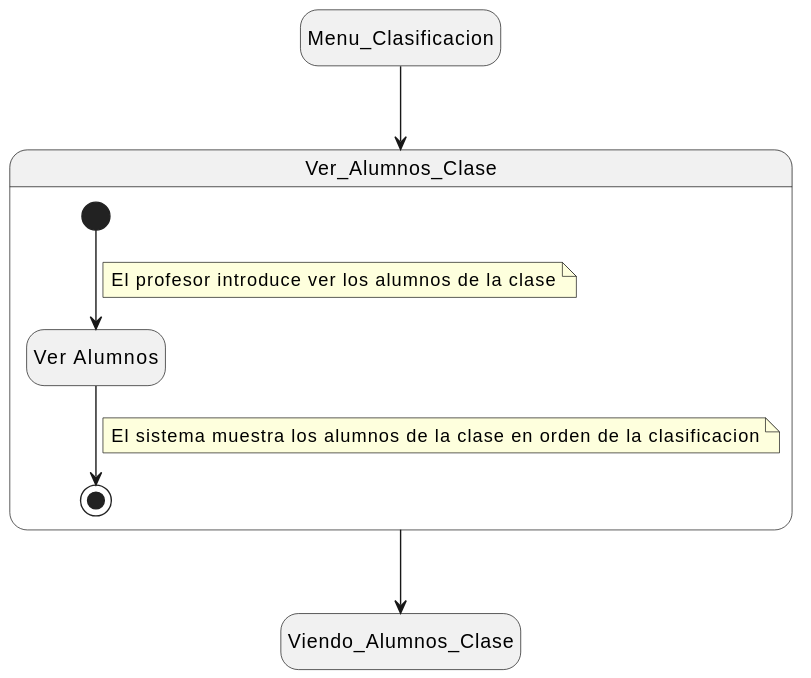
mmasias/24-25-IdSw1-SDR keeps this PlantUML diagram as Documentos/Imagenes/DetallarCasosDeUso/Profesor/Ver_Alumnos_Clase.svg. Above is the earlier version.
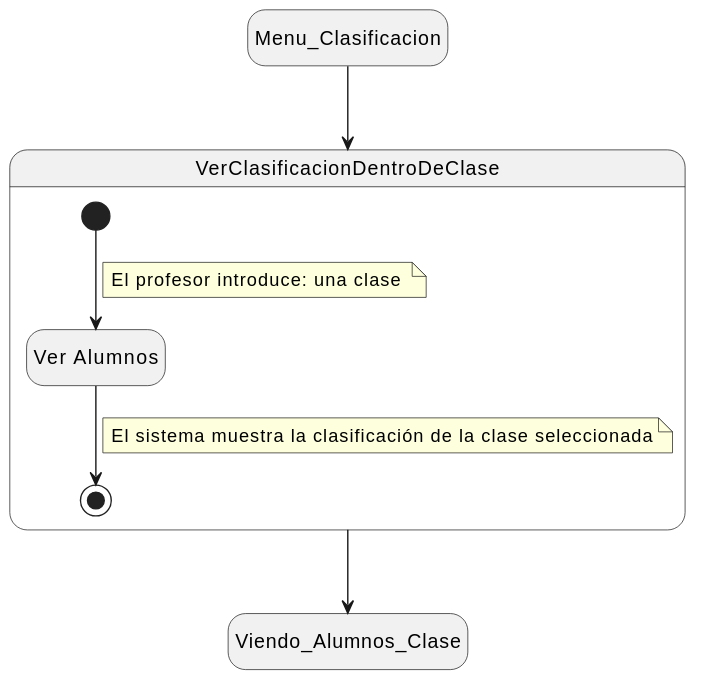
Above is the later version.

Commit message:
VerClasificacionDentro de Clase

The edit, as a diff of the source:
```diff
@@ -4,18 +4,18 @@
 state Menu_Clasificacion
 state Viendo_Alumnos_Clase
 
-state Ver_Alumnos_Clase {
+state VerClasificacionDentroDeClase {
   state Ver_Alumnos as "Ver Alumnos"
   [*] --> Ver_Alumnos
   note on link
-    El profesor introduce ver los alumnos de la clase
+    El profesor introduce: una clase
   end note
     Ver_Alumnos --> [*]
     note on link
-    El sistema muestra los alumnos de la clase en orden de la clasificacion
+    El sistema muestra la clasificación de la clase seleccionada
     end note
 }
 
-Menu_Clasificacion --> Ver_Alumnos_Clase
-Ver_Alumnos_Clase --> Viendo_Alumnos_Clase
+Menu_Clasificacion --> VerClasificacionDentroDeClase
+VerClasificacionDentroDeClase --> Viendo_Alumnos_Clase
 @enduml
```
